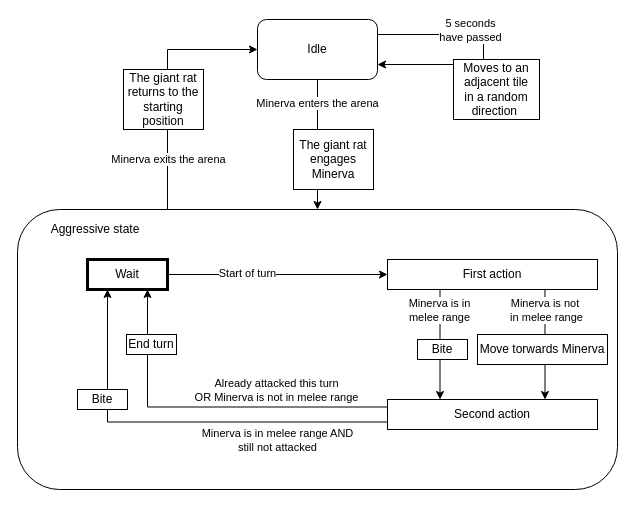
The draw.io diagram Enemies/Enemy Behaviours/GiantRat_AI.drawio in andreacarrarini/HP_The_Dark_Lady_awakens, before the edit. Source tidied: cells renumbered, new cells numbered last; positions are measured from the earlier drawing's top-left corner, leaving out a move shared by most shapes. Both pictures are drawn from the tidied source at 100%, with x=0, y=0 at pixel (17, 19).
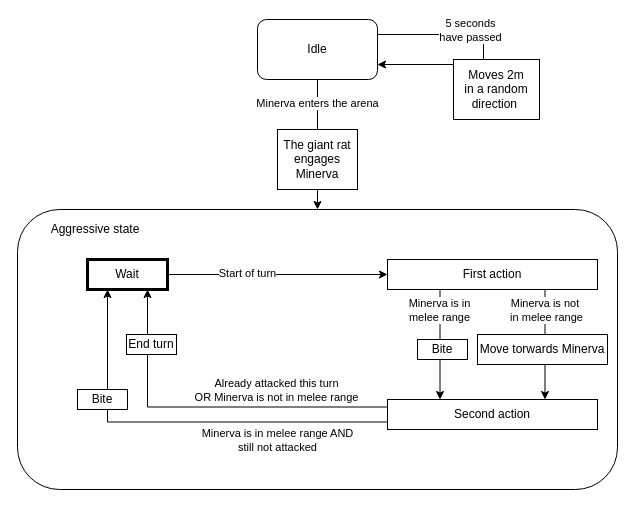
Above is the later version.

The change refers to these unchanged cells:
```xml
<mxCell id="2" value="Idle" style="rounded=1;whiteSpace=wrap;html=1;" parent="1" vertex="1">
  <mxGeometry x="240" width="120" height="60" as="geometry" />
</mxCell>
<mxCell id="5" style="rounded=1;whiteSpace=wrap;html=1;align=left;" parent="1" vertex="1">
  <mxGeometry y="190" width="600" height="280" as="geometry" />
</mxCell>
```

What changed in the source:
```diff
@@
-    <mxCell id="3" style="edgeStyle=orthogonalEdgeStyle;rounded=0;jettySize=auto;html=1;exitX=0.25;exitY=0;exitDx=0;exitDy=0;entryX=0;entryY=0.5;entryDx=0;entryDy=0;" parent="1" edge="1" source="5" target="2">
-      <mxGeometry relative="1" as="geometry">
-        <Array as="points">
-          <mxPoint x="150" y="30" />
-        </Array>
-      </mxGeometry>
-    </mxCell>
-    <mxCell id="4" value="Minerva exits the arena" style="edgeLabel;html=1;align=center;verticalAlign=middle;" parent="3" vertex="1">
-      <mxGeometry x="-0.38" relative="1" as="geometry">
-        <mxPoint y="27" as="offset" />
-      </mxGeometry>
-    </mxCell>
@@
-    <mxCell id="23" value="The giant rat returns to the starting position" style="text;html=1;align=center;verticalAlign=middle;whiteSpace=wrap;rounded=0;fillColor=#ffffff;strokeColor=#000000;" parent="22" vertex="1">
-      <mxGeometry x="106" y="50" width="80" height="60" as="geometry" />
-    </mxCell>
@@
     <mxCell id="29" value="The giant rat engages Minerva" style="text;html=1;align=center;verticalAlign=middle;whiteSpace=wrap;rounded=0;strokeColor=#000000;fillColor=#FFFFFF;" parent="22" vertex="1">
-      <mxGeometry x="276" y="110" width="80" height="60" as="geometry" />
+      <mxGeometry x="260" y="110" width="80" height="60" as="geometry" />
     </mxCell>
@@
-    <mxCell id="32" value="Moves to an adjacent tile&lt;br&gt;in a random direction&amp;nbsp;" style="text;html=1;align=center;verticalAlign=middle;whiteSpace=wrap;rounded=0;fillColor=#ffffff;strokeColor=#000000;" parent="22" vertex="1">
+    <mxCell id="32" value="Moves 2m&lt;br&gt;in a random direction&amp;nbsp;" style="text;html=1;align=center;verticalAlign=middle;whiteSpace=wrap;rounded=0;fillColor=#ffffff;strokeColor=#000000;" parent="22" vertex="1">
       <mxGeometry x="436" y="40" width="86" height="60" as="geometry" />
     </mxCell>
```
